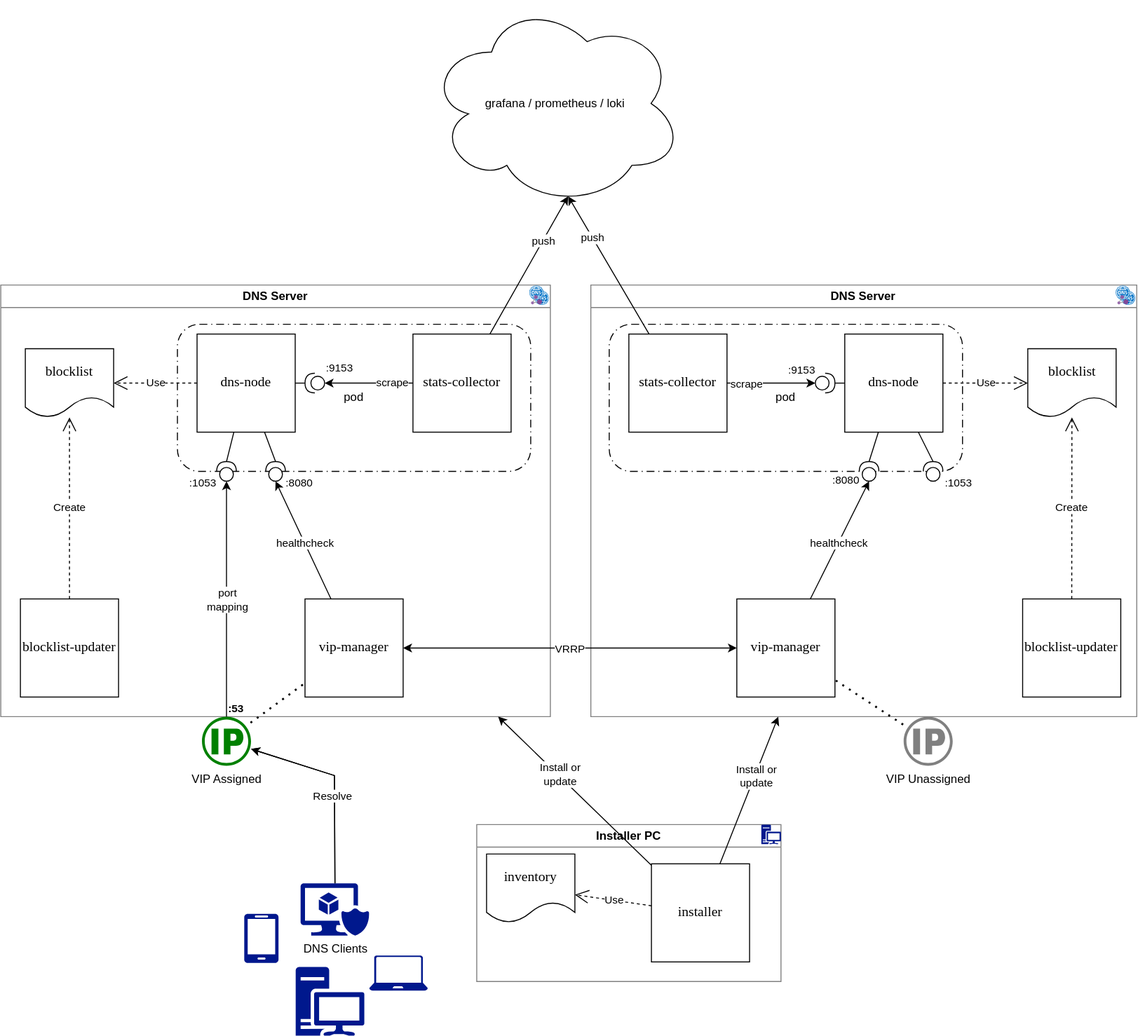
Earlier version of the draw.io export .files/ha-sinkhole-architecture-dns-node.drawio.svg (davison/ha-sinkhole). Source tidied: cells renumbered, new cells last; positions are measured from the earlier drawing's top-left corner, leaving out a move shared by most shapes.
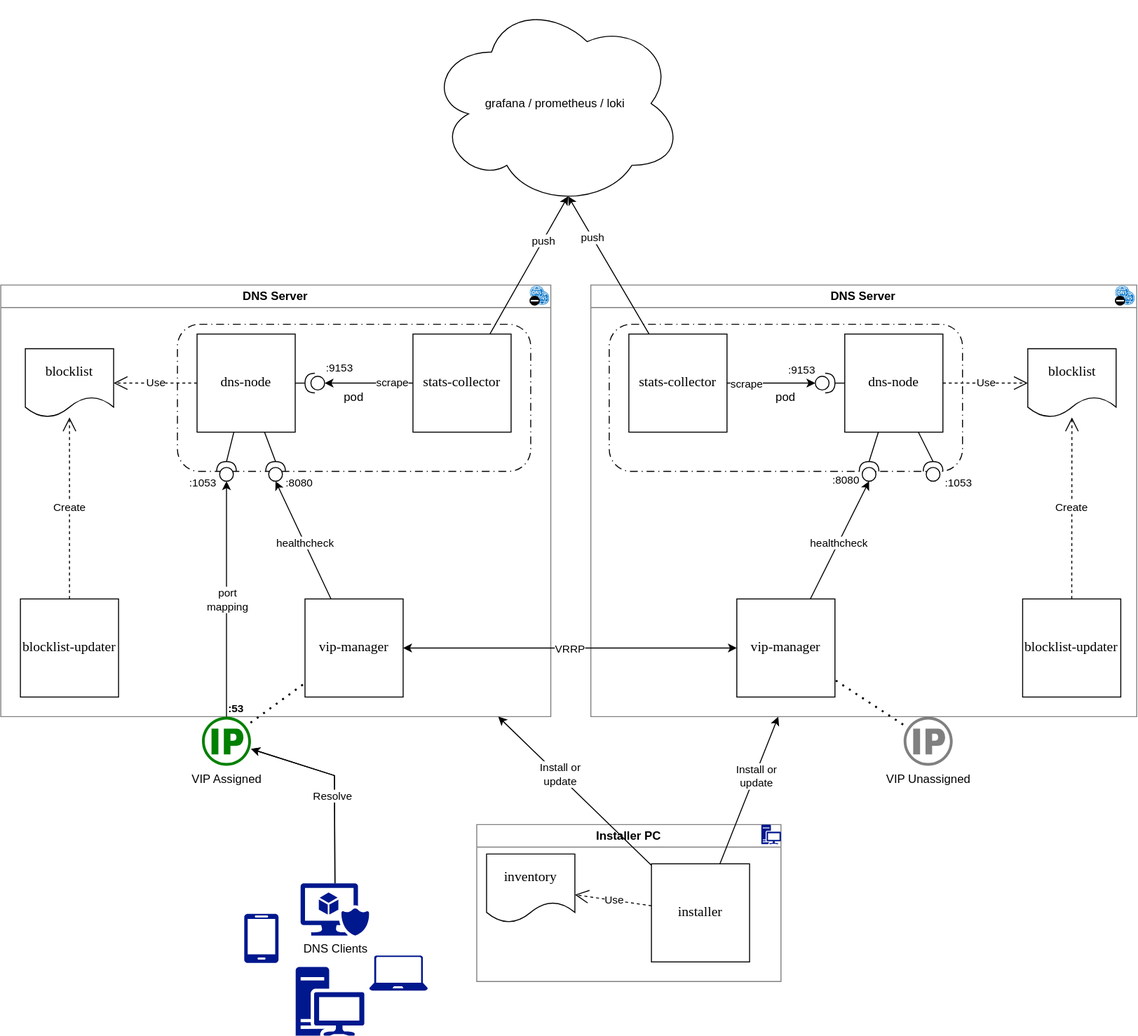
Above is the later version.

Change to the diagram source:
```diff
@@ -3,7 +3,7 @@
     <mxCell id="0" />
     <mxCell id="1" parent="0" />
     <mxCell id="2" value="DNS Server" style="swimlane;html=1;labelPosition=center;verticalLabelPosition=middle;align=center;verticalAlign=middle;convertToSvg=0;whiteSpace=wrap;textShadow=0;labelBorderColor=none;labelBackgroundColor=none;strokeColor=#808080;" parent="1" vertex="1">
-      <mxGeometry y="290" width="560" height="440" as="geometry" />
+      <mxGeometry y="290" width="560.5" height="440" as="geometry" />
     </mxCell>
     <mxCell id="3" value="pod" style="rounded=1;whiteSpace=wrap;html=1;dashed=1;dashPattern=8 4 1 4;fillColor=light-dark(#FFFFFF,#3F3F3F);fontColor=light-dark(#000000,#FF9933);" parent="2" vertex="1">
       <mxGeometry x="180" y="40" width="360" height="150" as="geometry" />
@@ -42,18 +42,6 @@
         <mxPoint x="577" y="-13" as="offset" />
       </mxGeometry>
     </mxCell>
-    <mxCell id="14" style="group;" parent="2" vertex="1">
-      <mxGeometry x="539" y="1" width="20" height="23.2" as="geometry" />
-    </mxCell>
-    <mxCell id="15" style="image;sketch=0;html=1;align=center;fontSize=12;image=img/lib/mscae/DNS.svg;" parent="14" vertex="1">
-      <mxGeometry x="5.5" y="5.5" width="14.5" height="14.5" as="geometry" />
-    </mxCell>
-    <mxCell id="16" style="image;sketch=0;html=1;align=center;fontSize=12;image=img/lib/mscae/DNS.svg;" parent="14" vertex="1">
-      <mxGeometry width="14.5" height="14.5" as="geometry" />
-    </mxCell>
-    <mxCell id="17" style="image;sketch=0;html=1;align=center;fontSize=12;image=img/lib/mscae/Resource_Graph_Explorer.svg;rotation=-60;" parent="14" vertex="1">
-      <mxGeometry x="2.7" y="10.9" width="10.2" height="10.5" as="geometry" />
-    </mxCell>
     <mxCell id="18" value="&lt;font style=&quot;font-size: 14px;&quot; face=&quot;Roboto Mono&quot;&gt;stats-collector&lt;/font&gt;" style="whiteSpace=wrap;html=1;" parent="2" vertex="1">
       <mxGeometry x="420" y="50" width="100" height="100" as="geometry" />
     </mxCell>
@@ -91,6 +79,24 @@
     <mxCell id="28" value="pod" style="rounded=1;whiteSpace=wrap;html=1;dashed=1;dashPattern=8 4 1 4;fillColor=light-dark(#FFFFFF,#3F3F3F);fontColor=light-dark(#000000,#FF9933);" parent="2" vertex="1">
       <mxGeometry x="620" y="40" width="360" height="150" as="geometry" />
     </mxCell>
+    <mxCell id="86" style="group;" parent="2" vertex="1">
+      <mxGeometry x="539" y="1" width="20.4" height="20" as="geometry" />
+    </mxCell>
+    <mxCell id="87" style="image;sketch=0;html=1;align=center;fontSize=12;image=img/lib/mscae/DNS.svg;" parent="86" vertex="1">
+      <mxGeometry x="5.9" y="5.5" width="14.5" height="14.5" as="geometry" />
+    </mxCell>
+    <mxCell id="88" style="image;sketch=0;html=1;align=center;fontSize=12;image=img/lib/mscae/DNS.svg;" parent="86" vertex="1">
+      <mxGeometry x="0.5" width="14.5" height="14.5" as="geometry" />
+    </mxCell>
+    <mxCell id="89" style="group;" parent="86" vertex="1">
+      <mxGeometry y="10" width="10" height="10" as="geometry" />
+    </mxCell>
+    <mxCell id="90" style="rounded=0;whiteSpace=wrap;html=1;fillColor=light-dark(#FFFFFF,#FFFFFF);" parent="89" vertex="1">
+      <mxGeometry x="0.5" y="3.5" width="8.9" height="3.1" as="geometry" />
+    </mxCell>
+    <mxCell id="91" style="shape=mxgraph.signs.safety.no_entry;html=1;fillColor=light-dark(#000000,#FF0000);strokeColor=none;verticalLabelPosition=bottom;verticalAlign=top;align=center;" parent="89" vertex="1">
+      <mxGeometry width="10" height="10" as="geometry" />
+    </mxCell>
     <mxCell id="29" value="DNS Server" style="swimlane;html=1;labelPosition=center;verticalLabelPosition=middle;align=center;verticalAlign=middle;convertToSvg=0;whiteSpace=wrap;textShadow=0;labelBorderColor=none;labelBackgroundColor=none;strokeColor=#808080;" parent="1" vertex="1">
       <mxGeometry x="601.2" y="290" width="556.2" height="440" as="geometry" />
     </mxCell>
@@ -112,24 +118,30 @@
     <mxCell id="35" value="healthcheck" style="edgeLabel;html=1;align=center;verticalAlign=middle;" parent="34" vertex="1">
       <mxGeometry x="-0.04" relative="1" as="geometry" />
     </mxCell>
-    <mxCell id="36" style="group;" parent="29" vertex="1">
-      <mxGeometry x="535.2" y="1" width="20" height="23.2" as="geometry" />
-    </mxCell>
-    <mxCell id="37" style="image;sketch=0;html=1;align=center;fontSize=12;image=img/lib/mscae/DNS.svg;" parent="36" vertex="1">
-      <mxGeometry x="5.5" y="5.5" width="14.5" height="14.5" as="geometry" />
-    </mxCell>
-    <mxCell id="38" style="image;sketch=0;html=1;align=center;fontSize=12;image=img/lib/mscae/DNS.svg;" parent="36" vertex="1">
-      <mxGeometry width="14.5" height="14.5" as="geometry" />
-    </mxCell>
-    <mxCell id="39" style="image;sketch=0;html=1;align=center;fontSize=12;image=img/lib/mscae/Resource_Graph_Explorer.svg;rotation=-60;" parent="36" vertex="1">
-      <mxGeometry x="2.7" y="10.9" width="10.2" height="10.5" as="geometry" />
-    </mxCell>
     <mxCell id="40" style="shape=providedRequiredInterface;html=1;verticalLabelPosition=bottom;sketch=0;rotation=-90;" parent="29" vertex="1">
       <mxGeometry x="338.8" y="180" width="20" height="20" as="geometry" />
     </mxCell>
     <mxCell id="41" style="shape=providedRequiredInterface;html=1;verticalLabelPosition=bottom;sketch=0;rotation=-90;" parent="29" vertex="1">
       <mxGeometry x="273.5" y="180" width="20" height="20" as="geometry" />
     </mxCell>
+    <mxCell id="92" style="group;" parent="29" vertex="1">
+      <mxGeometry x="534.2" y="1" width="20.4" height="20" as="geometry" />
+    </mxCell>
+    <mxCell id="93" style="image;sketch=0;html=1;align=center;fontSize=12;image=img/lib/mscae/DNS.svg;" parent="92" vertex="1">
+      <mxGeometry x="5.9" y="5.5" width="14.5" height="14.5" as="geometry" />
+    </mxCell>
+    <mxCell id="94" style="image;sketch=0;html=1;align=center;fontSize=12;image=img/lib/mscae/DNS.svg;" parent="92" vertex="1">
+      <mxGeometry x="0.5" width="14.5" height="14.5" as="geometry" />
+    </mxCell>
+    <mxCell id="95" style="group;" parent="92" vertex="1">
+      <mxGeometry y="10" width="10" height="10" as="geometry" />
+    </mxCell>
+    <mxCell id="96" style="rounded=0;whiteSpace=wrap;html=1;fillColor=light-dark(#FFFFFF,#FFFFFF);" parent="95" vertex="1">
+      <mxGeometry x="0.5" y="3.5" width="8.9" height="3.1" as="geometry" />
+    </mxCell>
+    <mxCell id="97" style="shape=mxgraph.signs.safety.no_entry;html=1;fillColor=light-dark(#000000,#FF0000);strokeColor=none;verticalLabelPosition=bottom;verticalAlign=top;align=center;" parent="95" vertex="1">
+      <mxGeometry width="10" height="10" as="geometry" />
+    </mxCell>
     <mxCell id="42" value="Installer PC" style="swimlane;html=1;labelPosition=center;verticalLabelPosition=middle;align=center;verticalAlign=middle;convertToSvg=0;whiteSpace=wrap;textShadow=0;labelBorderColor=none;labelBackgroundColor=none;strokeColor=#808080;" parent="1" vertex="1">
       <mxGeometry x="485" y="840" width="310" height="160" as="geometry" />
     </mxCell>
```
